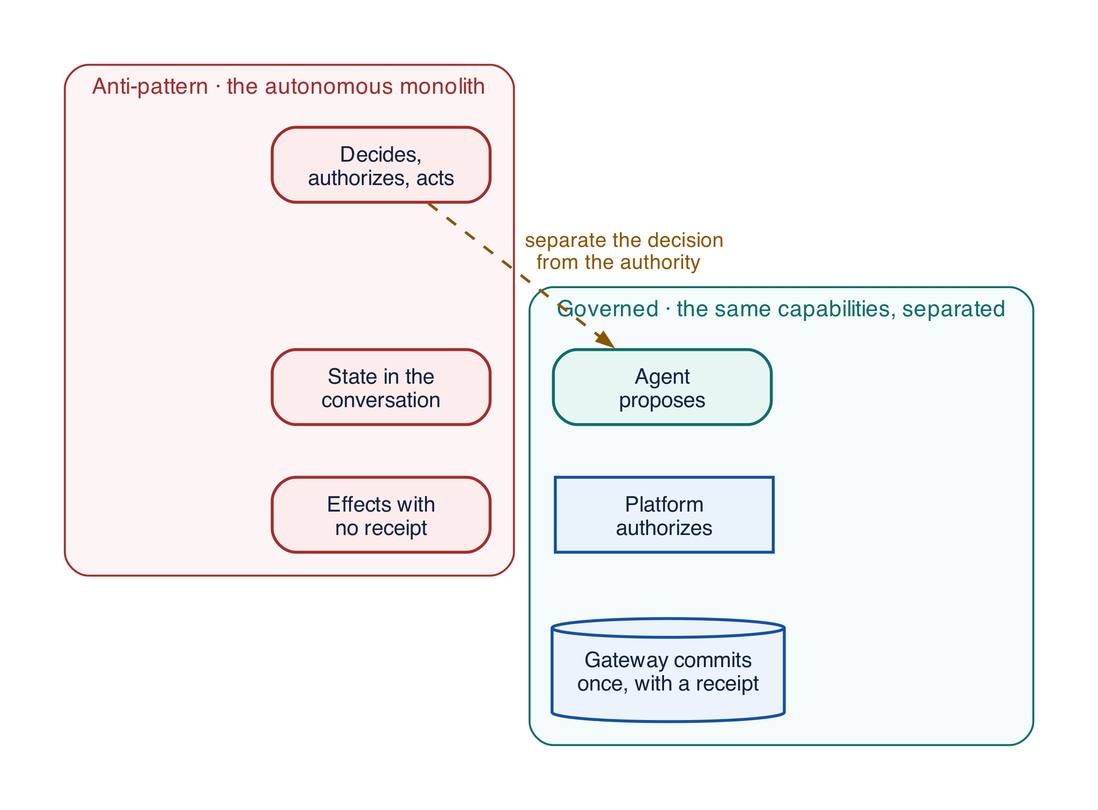
Earlier version of the Graphviz export assets/diagrams/anti-before-after.png (rrahimi-uci/building-enterprise-general-intelligence). Its source is kept beside it as assets/diagrams/src/anti-before-after.gv. The source it was exported from:
```dot
digraph anti_before_after {
  rankdir = TB
  graph [ranksep=0.35, nodesep=0.22]
  node [width=1.55, fontsize=11]

  subgraph cluster_before {
    label="  Anti-pattern · the autonomous monolith  "; labeljust="l"; fontsize=11.5; fontcolor="#A62C2C"
    color="#A62C2C"; style="rounded"; margin=12; bgcolor="#FDF5F5"
    b1 [label="Decides,\nauthorizes, acts", fillcolor="#FCECEC", color="#A62C2C"]
    b2 [label="State in the\nconversation", fillcolor="#FCECEC", color="#A62C2C"]
    b3 [label="Effects with\nno receipt", fillcolor="#FCECEC", color="#A62C2C"]
    b1 -> b2 -> b3 [style=invis]
  }
  subgraph cluster_after {
    label="  Governed · the same capabilities, separated  "; labeljust="l"; fontsize=11.5; fontcolor="#0D6E69"
    color="#0D6E69"; style="rounded"; margin=12; bgcolor="#F4FBFA"
    a1 [label="Agent\nproposes", fillcolor="#E7F5F3", color="#0D6E69"]
    a2 [label="Platform\nauthorizes", fillcolor="#EAF3FB", color="#1450A3", style=filled]
    a3 [label="Gateway commits\nonce, with a receipt", fillcolor="#EDF3FC", color="#1450A3", shape=cylinder, style=filled]
    a1 -> a2 -> a3 [style=invis]
  }
  b1 -> a1 [label="  separate the decision\n  from the authority  ", color="#8A5600", fontcolor="#8A5600", style=dashed]
}
```
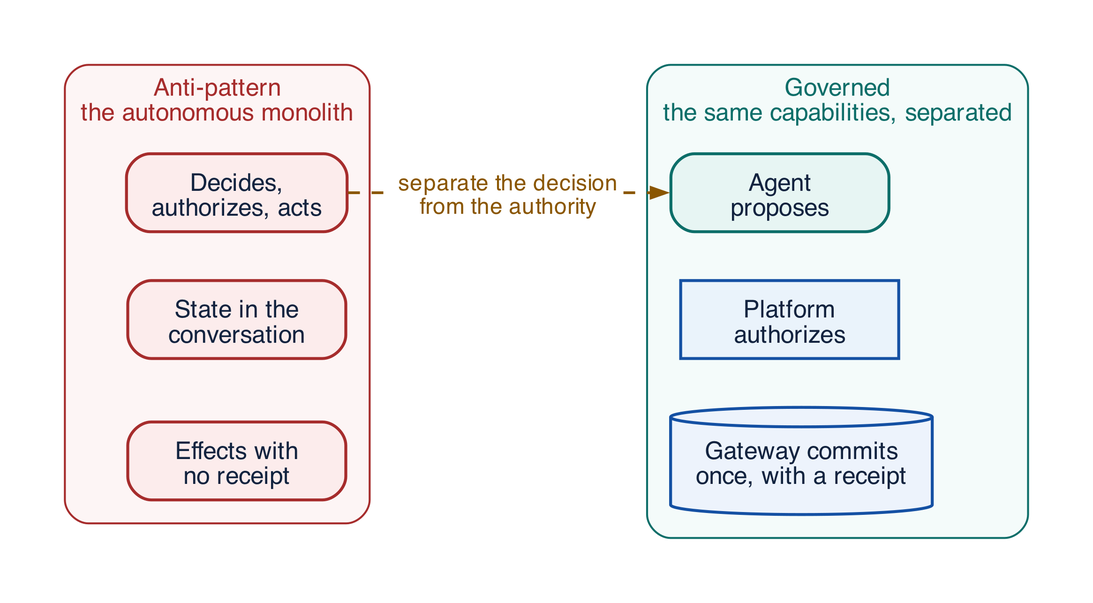
After the commit.

Change to the diagram source:
```diff
@@ -1,23 +1,26 @@
 digraph anti_before_after {
   rankdir = TB
-  graph [ranksep=0.35, nodesep=0.22]
-  node [width=1.55, fontsize=11]
+  graph [ranksep=0.35, nodesep=0.22, ordering=out]
+  node [width=1.55, fontsize=12.5]
 
   subgraph cluster_before {
-    label="  Anti-pattern · the autonomous monolith  "; labeljust="l"; fontsize=11.5; fontcolor="#A62C2C"
+    label="Anti-pattern\nthe autonomous monolith"; labeljust="c"; fontsize=12.5; fontcolor="#A62C2C"
     color="#A62C2C"; style="rounded"; margin=12; bgcolor="#FDF5F5"
     b1 [label="Decides,\nauthorizes, acts", fillcolor="#FCECEC", color="#A62C2C"]
     b2 [label="State in the\nconversation", fillcolor="#FCECEC", color="#A62C2C"]
     b3 [label="Effects with\nno receipt", fillcolor="#FCECEC", color="#A62C2C"]
     b1 -> b2 -> b3 [style=invis]
   }
+  sep [shape=plaintext, style="", label="separate the decision\nfrom the authority",
+       fontsize=11.5, fontcolor="#8A5600", margin="0.04,0.02"]
   subgraph cluster_after {
-    label="  Governed · the same capabilities, separated  "; labeljust="l"; fontsize=11.5; fontcolor="#0D6E69"
+    label="Governed\nthe same capabilities, separated"; labeljust="c"; fontsize=12.5; fontcolor="#0D6E69"
     color="#0D6E69"; style="rounded"; margin=12; bgcolor="#F4FBFA"
     a1 [label="Agent\nproposes", fillcolor="#E7F5F3", color="#0D6E69"]
     a2 [label="Platform\nauthorizes", fillcolor="#EAF3FB", color="#1450A3", style=filled]
     a3 [label="Gateway commits\nonce, with a receipt", fillcolor="#EDF3FC", color="#1450A3", shape=cylinder, style=filled]
     a1 -> a2 -> a3 [style=invis]
   }
-  b1 -> a1 [label="  separate the decision\n  from the authority  ", color="#8A5600", fontcolor="#8A5600", style=dashed]
+  b1 -> sep [color="#8A5600", style=dashed, arrowhead=none, minlen=0]
+  sep -> a1 [color="#8A5600", style=dashed, minlen=0]
 }
```
